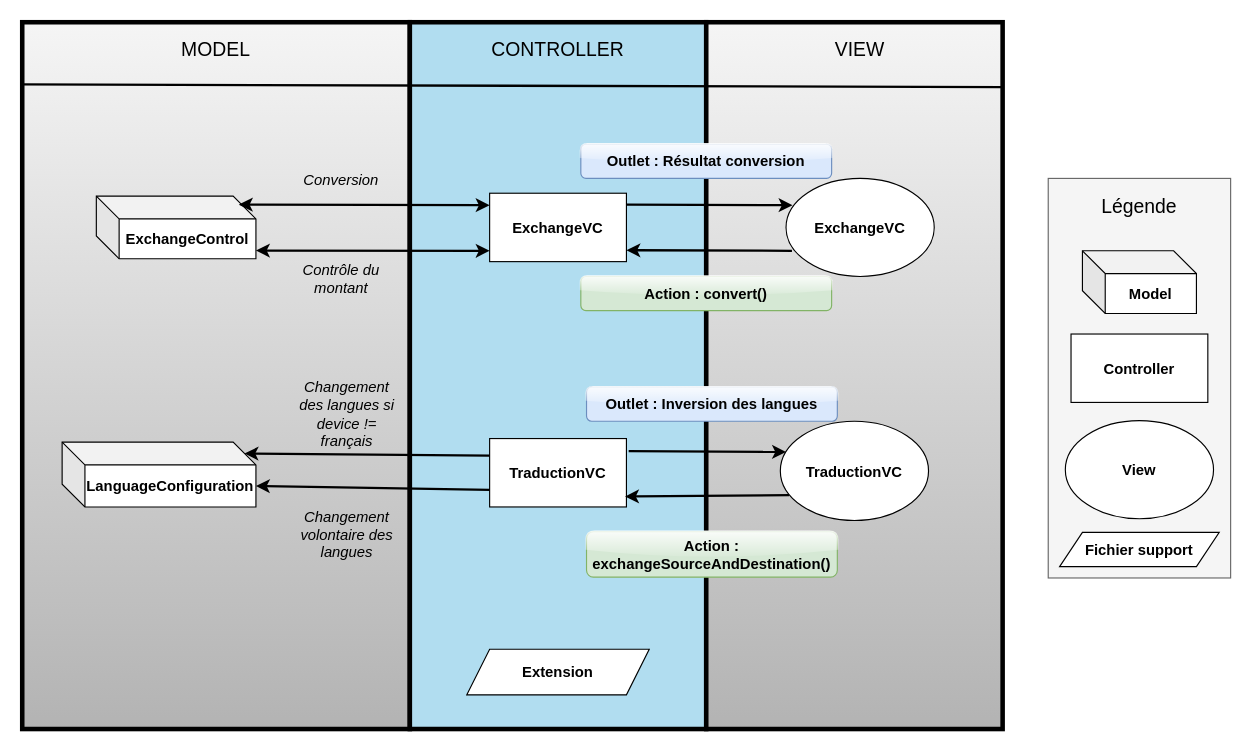
The draw.io diagram Divers/structure_mvc_2.drawio in MickaeliOS/OpenClassrooms-P9-LeBaluchon, before the edit. Source tidied: cells renumbered, new cells numbered last; positions are measured from the earlier drawing's top-left corner, leaving out a move shared by most shapes. Both pictures are drawn from the tidied source at 114%, with x=0, y=0 at pixel (22, 22).
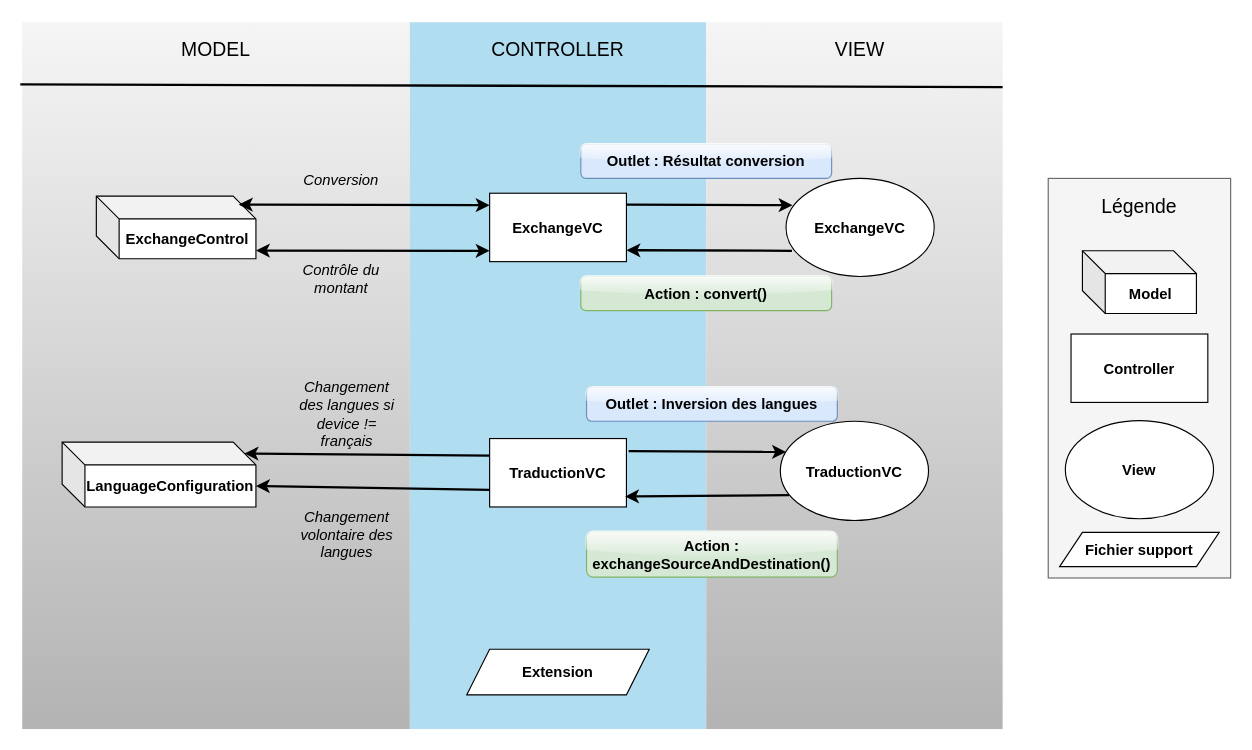
The same diagram, later.

Change to the diagram source:
```diff
@@
-    <mxCell id="3" style="rounded=0;whiteSpace=wrap;html=1;strokeWidth=4;fillColor=#f5f5f5;strokeColor=#000000;shadow=0;sketch=0;glass=0;fillStyle=auto;fontColor=#333333;gradientColor=#B3B3B3;" parent="1" vertex="1">
+    <mxCell id="3" style="rounded=0;whiteSpace=wrap;html=1;strokeWidth=4;fillColor=#f5f5f5;strokeColor=none;shadow=0;sketch=0;glass=0;fillStyle=auto;fontColor=#333333;gradientColor=#B3B3B3;" parent="1" vertex="1">
       <mxGeometry width="340" height="620" as="geometry" />
     </mxCell>
-    <mxCell id="4" style="rounded=0;whiteSpace=wrap;html=1;fillColor=#b1ddf0;strokeColor=default;strokeWidth=4;glass=0;" parent="1" vertex="1">
+    <mxCell id="4" style="rounded=0;whiteSpace=wrap;html=1;fillColor=#b1ddf0;strokeColor=none;strokeWidth=4;glass=0;" parent="1" vertex="1">
       <mxGeometry x="340" width="260" height="620" as="geometry" />
     </mxCell>
-    <mxCell id="5" style="rounded=0;whiteSpace=wrap;html=1;strokeWidth=4;fillColor=#f5f5f5;strokeColor=#000000;glass=0;sketch=0;shadow=0;fontColor=#333333;gradientColor=#B3B3B3;" parent="1" vertex="1">
+    <mxCell id="5" style="rounded=0;whiteSpace=wrap;html=1;strokeWidth=4;fillColor=#f5f5f5;strokeColor=none;glass=0;sketch=0;shadow=0;fontColor=#333333;gradientColor=#B3B3B3;" parent="1" vertex="1">
       <mxGeometry x="600" width="260" height="620" as="geometry" />
     </mxCell>
```
